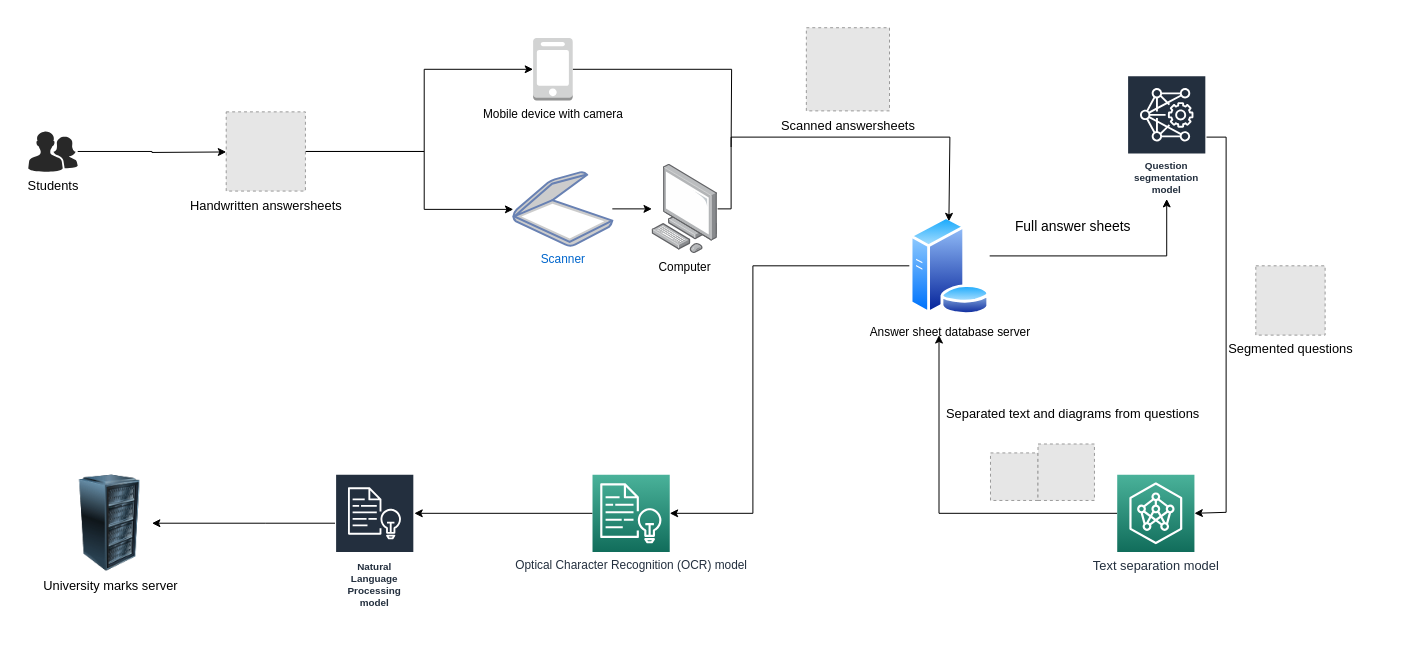
Above: hardware_diagram.drawio in AdityaKane2001/answersheet_automation (draw.io), before the change. Source tidied: cells renumbered, new cells numbered last; positions are measured from the earlier drawing's top-left corner, leaving out a move shared by most shapes. Both pictures are drawn from the tidied source at 99%, with x=0, y=0 at pixel (28, 28). Pictures stored in the file or linked from it are replaced by grey dashed boxes.
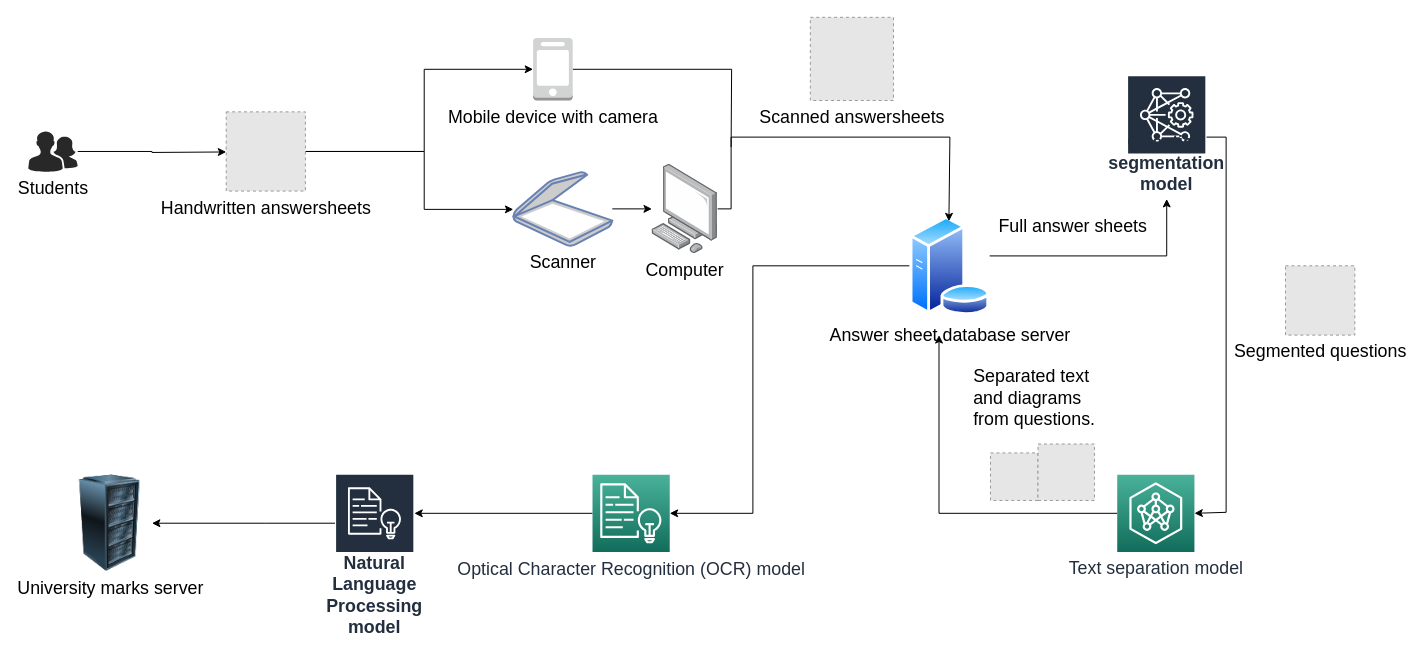
After the change.

What changed in the source:
```diff
@@
-    <mxCell id="2" style="edgeStyle=orthogonalEdgeStyle;rounded=0;jettySize=auto;html=1;strokeWidth=1;endArrow=none;endFill=0;" parent="1" edge="1" source="3">
+    <mxCell id="2" style="edgeStyle=orthogonalEdgeStyle;rounded=0;jettySize=auto;html=1;strokeWidth=1;endArrow=none;endFill=0;fontSize=18;" parent="1" edge="1" source="3">
       <mxGeometry relative="1" as="geometry">
         <mxPoint x="710" y="120" as="targetPoint" />
       </mxGeometry>
     </mxCell>
-    <mxCell id="3" value="Mobile device with camera" style="outlineConnect=0;dashed=0;verticalLabelPosition=bottom;verticalAlign=top;align=center;html=1;shape=mxgraph.aws3.mobile_client;fillColor=#D2D3D3;gradientColor=none;" parent="1" vertex="1">
+    <mxCell id="3" value="Mobile device with camera" style="outlineConnect=0;dashed=0;verticalLabelPosition=bottom;verticalAlign=top;align=center;html=1;shape=mxgraph.aws3.mobile_client;fillColor=#D2D3D3;gradientColor=none;fontSize=18;" parent="1" vertex="1">
       <mxGeometry x="510" y="10" width="40" height="63" as="geometry" />
     </mxCell>
-    <mxCell id="4" style="edgeStyle=orthogonalEdgeStyle;rounded=0;jettySize=auto;html=1;" parent="1" edge="1" source="5" target="9">
+    <mxCell id="4" style="edgeStyle=orthogonalEdgeStyle;rounded=0;jettySize=auto;html=1;fontSize=18;" parent="1" edge="1" source="5" target="9">
       <mxGeometry relative="1" as="geometry" />
     </mxCell>
-    <mxCell id="5" value="Scanner" style="fontColor=#0066CC;verticalAlign=top;verticalLabelPosition=bottom;labelPosition=center;align=center;html=1;outlineConnect=0;fillColor=#CCCCCC;strokeColor=#6881B3;gradientColor=none;gradientDirection=north;strokeWidth=2;shape=mxgraph.networks.scanner;" parent="1" vertex="1">
+    <mxCell id="5" value="Scanner" style="fontColor=#000000;verticalAlign=top;verticalLabelPosition=bottom;labelPosition=center;align=center;html=1;outlineConnect=0;fillColor=#CCCCCC;strokeColor=#6881B3;gradientColor=none;gradientDirection=north;strokeWidth=2;shape=mxgraph.networks.scanner;fontSize=18;" parent="1" vertex="1">
       <mxGeometry x="490" y="145" width="100" height="75" as="geometry" />
     </mxCell>
-    <mxCell id="6" style="edgeStyle=orthogonalEdgeStyle;rounded=0;jettySize=auto;html=1;" parent="1" edge="1" source="7" target="11">
+    <mxCell id="6" style="edgeStyle=orthogonalEdgeStyle;rounded=0;jettySize=auto;html=1;fontSize=18;" parent="1" edge="1" source="7" target="11">
       <mxGeometry relative="1" as="geometry">
         <Array as="points">
           <mxPoint x="1150" y="230" />
         </Array>
       </mxGeometry>
     </mxCell>
-    <mxCell id="7" value="Answer sheet database server" style="perimeter=ellipsePerimeter;html=1;align=center;shadow=0;dashed=0;spacingTop=3;image;image=img/lib/active_directory/database_server.svg;" parent="1" vertex="1">
+    <mxCell id="7" value="Answer sheet database server" style="perimeter=ellipsePerimeter;html=1;align=center;shadow=0;dashed=0;spacingTop=3;image;image=img/lib/active_directory/database_server.svg;fontSize=18;" parent="1" vertex="1">
       <mxGeometry x="890" y="190" width="82" height="100" as="geometry" />
     </mxCell>
-    <mxCell id="8" style="edgeStyle=orthogonalEdgeStyle;rounded=0;jettySize=auto;html=1;" parent="1" edge="1" source="9">
+    <mxCell id="8" style="edgeStyle=orthogonalEdgeStyle;rounded=0;jettySize=auto;html=1;fontSize=18;" parent="1" edge="1" source="9">
       <mxGeometry relative="1" as="geometry">
         <mxPoint x="930" y="195" as="targetPoint" />
         <Array as="points">
           <mxPoint x="710" y="183" />
           <mxPoint x="710" y="110" />
           <mxPoint x="931" y="110" />
           <mxPoint x="931" y="195" />
         </Array>
       </mxGeometry>
     </mxCell>
-    <mxCell id="9" value="Computer&lt;br&gt;" style="points=[];html=1;align=center;shadow=0;dashed=0;image;image=img/lib/allied_telesis/computer_and_terminals/Personal_Computer.svg;" parent="1" vertex="1">
+    <mxCell id="9" value="Computer&lt;br style=&quot;font-size: 18px;&quot;&gt;" style="points=[];html=1;align=center;shadow=0;dashed=0;image;image=img/lib/allied_telesis/computer_and_terminals/Personal_Computer.svg;fontSize=18;" parent="1" vertex="1">
       <mxGeometry x="630" y="137.5" width="66.4" height="90" as="geometry" />
     </mxCell>
-    <mxCell id="10" style="edgeStyle=orthogonalEdgeStyle;rounded=0;jettySize=auto;html=1;entryX=1;entryY=0.5;entryDx=0;entryDy=0;entryPerimeter=0;fontSize=13;" parent="1" edge="1" source="11" target="13">
+    <mxCell id="10" style="edgeStyle=orthogonalEdgeStyle;rounded=0;jettySize=auto;html=1;entryX=1;entryY=0.5;entryDx=0;entryDy=0;entryPerimeter=0;fontSize=18;" parent="1" edge="1" source="11" target="13">
       <mxGeometry relative="1" as="geometry">
         <Array as="points">
           <mxPoint x="1210" y="110" />
           <mxPoint x="1210" y="489" />
         </Array>
       </mxGeometry>
     </mxCell>
-    <mxCell id="11" value="Question segmentation model" style="sketch=0;outlineConnect=0;fontColor=#232F3E;gradientColor=none;strokeColor=#ffffff;fillColor=#232F3E;dashed=0;verticalLabelPosition=middle;verticalAlign=bottom;align=center;html=1;whiteSpace=wrap;fontSize=10;fontStyle=1;spacing=3;shape=mxgraph.aws4.productIcon;prIcon=mxgraph.aws4.deep_learning_amis;" parent="1" vertex="1">
+    <mxCell id="11" value="Question segmentation model" style="sketch=0;outlineConnect=0;fontColor=#232F3E;gradientColor=none;strokeColor=#ffffff;fillColor=#232F3E;dashed=0;verticalLabelPosition=middle;verticalAlign=bottom;align=center;html=1;whiteSpace=wrap;fontSize=18;fontStyle=1;spacing=3;shape=mxgraph.aws4.productIcon;prIcon=mxgraph.aws4.deep_learning_amis;" parent="1" vertex="1">
       <mxGeometry x="1110" y="47.5" width="80" height="125" as="geometry" />
     </mxCell>
-    <mxCell id="12" style="edgeStyle=orthogonalEdgeStyle;rounded=0;jettySize=auto;html=1;exitX=0;exitY=0.5;exitDx=0;exitDy=0;exitPerimeter=0;fontSize=13;" parent="1" edge="1" source="13">
+    <mxCell id="12" style="edgeStyle=orthogonalEdgeStyle;rounded=0;jettySize=auto;html=1;exitX=0;exitY=0.5;exitDx=0;exitDy=0;exitPerimeter=0;fontSize=18;" parent="1" edge="1" source="13">
       <mxGeometry relative="1" as="geometry">
         <mxPoint x="920" y="310" as="targetPoint" />
         <Array as="points">
           <mxPoint x="920" y="490" />
           <mxPoint x="920" y="310" />
         </Array>
       </mxGeometry>
     </mxCell>
-    <mxCell id="13" value="&lt;font style=&quot;font-size: 13px&quot;&gt;Text separation model&lt;/font&gt;" style="sketch=0;points=[[0,0,0],[0.25,0,0],[0.5,0,0],[0.75,0,0],[1,0,0],[0,1,0],[0.25,1,0],[0.5,1,0],[0.75,1,0],[1,1,0],[0,0.25,0],[0,0.5,0],[0,0.75,0],[1,0.25,0],[1,0.5,0],[1,0.75,0]];outlineConnect=0;fontColor=#232F3E;gradientColor=#4AB29A;gradientDirection=north;fillColor=#116D5B;strokeColor=#ffffff;dashed=0;verticalLabelPosition=bottom;verticalAlign=top;align=center;html=1;fontSize=12;fontStyle=0;shape=mxgraph.aws4.resourceIcon;resIcon=mxgraph.aws4.neuron_ml_sdk;" parent="1" vertex="1">
+    <mxCell id="13" value="&lt;font style=&quot;font-size: 18px;&quot;&gt;Text separation model&lt;/font&gt;" style="sketch=0;points=[[0,0,0],[0.25,0,0],[0.5,0,0],[0.75,0,0],[1,0,0],[0,1,0],[0.25,1,0],[0.5,1,0],[0.75,1,0],[1,1,0],[0,0.25,0],[0,0.5,0],[0,0.75,0],[1,0.25,0],[1,0.5,0],[1,0.75,0]];outlineConnect=0;fontColor=#232F3E;gradientColor=#4AB29A;gradientDirection=north;fillColor=#116D5B;strokeColor=#ffffff;dashed=0;verticalLabelPosition=bottom;verticalAlign=top;align=center;html=1;fontSize=18;fontStyle=0;shape=mxgraph.aws4.resourceIcon;resIcon=mxgraph.aws4.neuron_ml_sdk;" parent="1" vertex="1">
       <mxGeometry x="1100" y="451" width="78" height="78" as="geometry" />
     </mxCell>
-    <mxCell id="14" style="edgeStyle=orthogonalEdgeStyle;rounded=0;jettySize=auto;html=1;fontSize=13;" parent="1" edge="1" source="15">
+    <mxCell id="14" style="edgeStyle=orthogonalEdgeStyle;rounded=0;jettySize=auto;html=1;fontSize=18;" parent="1" edge="1" source="15">
       <mxGeometry relative="1" as="geometry">
         <mxPoint x="200" y="125" as="targetPoint" />
       </mxGeometry>
     </mxCell>
-    <mxCell id="15" value="Students" style="verticalLabelPosition=bottom;sketch=0;html=1;fillColor=#282828;strokeColor=none;verticalAlign=top;align=center;shape=mxgraph.cisco_safe.people_places_things_icons.icon2;fontSize=13;" parent="1" vertex="1">
+    <mxCell id="15" value="Students" style="verticalLabelPosition=bottom;sketch=0;html=1;fillColor=#282828;strokeColor=none;verticalAlign=top;align=center;shape=mxgraph.cisco_safe.people_places_things_icons.icon2;fontSize=18;" parent="1" vertex="1">
       <mxGeometry y="104" width="50" height="41" as="geometry" />
     </mxCell>
-    <mxCell id="16" style="edgeStyle=orthogonalEdgeStyle;rounded=0;jettySize=auto;html=1;exitX=1;exitY=0.5;exitDx=0;exitDy=0;entryX=0;entryY=0.5;entryDx=0;entryDy=0;entryPerimeter=0;fontSize=13;" parent="1" edge="1" source="18" target="3">
+    <mxCell id="16" style="edgeStyle=orthogonalEdgeStyle;rounded=0;jettySize=auto;html=1;exitX=1;exitY=0.5;exitDx=0;exitDy=0;entryX=0;entryY=0.5;entryDx=0;entryDy=0;entryPerimeter=0;fontSize=18;" parent="1" edge="1" source="18" target="3">
       <mxGeometry relative="1" as="geometry">
         <Array as="points">
           <mxPoint x="400" y="125" />
           <mxPoint x="400" y="42" />
         </Array>
       </mxGeometry>
     </mxCell>
-    <mxCell id="17" style="edgeStyle=orthogonalEdgeStyle;rounded=0;jettySize=auto;html=1;fontSize=13;" parent="1" edge="1" source="18" target="5">
+    <mxCell id="17" style="edgeStyle=orthogonalEdgeStyle;rounded=0;jettySize=auto;html=1;fontSize=18;" parent="1" edge="1" source="18" target="5">
       <mxGeometry relative="1" as="geometry">
         <Array as="points">
           <mxPoint x="400" y="125" />
           <mxPoint x="400" y="183" />
         </Array>
       </mxGeometry>
     </mxCell>
-    <mxCell id="18" value="Handwritten answersheets" style="fillColor=#E6E6E6;strokeColor=#999999;dashed=1;html=1;verticalAlign=top;verticalLabelPosition=bottom;labelBackgroundColor=#ffffff;fontSize=13;" parent="1" vertex="1">
+    <mxCell id="18" value="Handwritten answersheets" style="fillColor=#E6E6E6;strokeColor=#999999;dashed=1;html=1;verticalAlign=top;verticalLabelPosition=bottom;labelBackgroundColor=#ffffff;fontSize=18;" parent="1" vertex="1">
       <mxGeometry x="200" y="84.5" width="80" height="80" as="geometry" />
     </mxCell>
-    <mxCell id="19" style="edgeStyle=orthogonalEdgeStyle;rounded=0;jettySize=auto;html=1;fontSize=13;entryX=1;entryY=0.5;entryDx=0;entryDy=0;entryPerimeter=0;exitX=0;exitY=0.5;exitDx=0;exitDy=0;" parent="1" edge="1" source="7" target="21">
+    <mxCell id="19" style="edgeStyle=orthogonalEdgeStyle;rounded=0;jettySize=auto;html=1;fontSize=18;entryX=1;entryY=0.5;entryDx=0;entryDy=0;entryPerimeter=0;exitX=0;exitY=0.5;exitDx=0;exitDy=0;" parent="1" edge="1" source="7" target="21">
       <mxGeometry relative="1" as="geometry">
         <Array as="points">
           <mxPoint x="732" y="240" />
           <mxPoint x="732" y="490" />
         </Array>
       </mxGeometry>
     </mxCell>
-    <mxCell id="20" style="edgeStyle=orthogonalEdgeStyle;rounded=0;jettySize=auto;html=1;fontSize=13;" parent="1" edge="1" source="21" target="23">
+    <mxCell id="20" style="edgeStyle=orthogonalEdgeStyle;rounded=0;jettySize=auto;html=1;fontSize=18;" parent="1" edge="1" source="21" target="23">
       <mxGeometry relative="1" as="geometry">
         <Array as="points">
           <mxPoint x="609" y="490" />
           <mxPoint x="360" y="490" />
         </Array>
       </mxGeometry>
     </mxCell>
-    <mxCell id="21" value="&lt;div style=&quot;text-align: justify&quot;&gt;&lt;span style=&quot;line-height: 1.3&quot;&gt;Optical Character Recognition (OCR) model&lt;/span&gt;&lt;/div&gt;" style="sketch=0;points=[[0,0,0],[0.25,0,0],[0.5,0,0],[0.75,0,0],[1,0,0],[0,1,0],[0.25,1,0],[0.5,1,0],[0.75,1,0],[1,1,0],[0,0.25,0],[0,0.5,0],[0,0.75,0],[1,0.25,0],[1,0.5,0],[1,0.75,0]];outlineConnect=0;fontColor=#232F3E;gradientColor=#4AB29A;gradientDirection=north;fillColor=#116D5B;strokeColor=#ffffff;dashed=0;verticalLabelPosition=bottom;verticalAlign=top;align=center;html=1;fontSize=12;fontStyle=0;shape=mxgraph.aws4.resourceIcon;resIcon=mxgraph.aws4.comprehend;" parent="1" vertex="1">
+    <mxCell id="21" value="&lt;div style=&quot;text-align: justify; font-size: 18px;&quot;&gt;&lt;span style=&quot;line-height: 1.3; font-size: 18px;&quot;&gt;Optical Character Recognition (OCR) model&lt;/span&gt;&lt;/div&gt;" style="sketch=0;points=[[0,0,0],[0.25,0,0],[0.5,0,0],[0.75,0,0],[1,0,0],[0,1,0],[0.25,1,0],[0.5,1,0],[0.75,1,0],[1,1,0],[0,0.25,0],[0,0.5,0],[0,0.75,0],[1,0.25,0],[1,0.5,0],[1,0.75,0]];outlineConnect=0;fontColor=#232F3E;gradientColor=#4AB29A;gradientDirection=north;fillColor=#116D5B;strokeColor=#ffffff;dashed=0;verticalLabelPosition=bottom;verticalAlign=top;align=center;html=1;fontSize=18;fontStyle=0;shape=mxgraph.aws4.resourceIcon;resIcon=mxgraph.aws4.comprehend;" parent="1" vertex="1">
       <mxGeometry x="570" y="451" width="78" height="78" as="geometry" />
     </mxCell>
-    <mxCell id="22" style="edgeStyle=orthogonalEdgeStyle;rounded=0;jettySize=auto;html=1;" parent="1" edge="1" source="23" target="24">
+    <mxCell id="22" style="edgeStyle=orthogonalEdgeStyle;rounded=0;jettySize=auto;html=1;fontSize=18;" parent="1" edge="1" source="23" target="24">
       <mxGeometry relative="1" as="geometry">
         <Array as="points">
           <mxPoint x="240" y="500" />
           <mxPoint x="240" y="500" />
         </Array>
       </mxGeometry>
     </mxCell>
-    <mxCell id="23" value="Natural Language Processing model" style="sketch=0;outlineConnect=0;fontColor=#232F3E;gradientColor=none;strokeColor=#ffffff;fillColor=#232F3E;dashed=0;verticalLabelPosition=middle;verticalAlign=bottom;align=center;html=1;whiteSpace=wrap;fontSize=10;fontStyle=1;spacing=3;shape=mxgraph.aws4.productIcon;prIcon=mxgraph.aws4.comprehend;" parent="1" vertex="1">
-      <mxGeometry x="310" y="450" width="80" height="140" as="geometry" />
+    <mxCell id="23" value="Natural Language Processing model" style="sketch=0;outlineConnect=0;fontColor=#232F3E;gradientColor=none;strokeColor=#ffffff;fillColor=#232F3E;dashed=0;verticalLabelPosition=middle;verticalAlign=bottom;align=center;html=1;whiteSpace=wrap;fontSize=18;fontStyle=1;spacing=3;shape=mxgraph.aws4.productIcon;prIcon=mxgraph.aws4.comprehend;" parent="1" vertex="1">
+      <mxGeometry x="310" y="450" width="80" height="170" as="geometry" />
     </mxCell>
-    <mxCell id="24" value="University marks server" style="image;html=1;image=img/lib/clip_art/computers/Server_Rack_128x128.png;fontSize=13;" parent="1" vertex="1">
+    <mxCell id="24" value="University marks server" style="image;html=1;image=img/lib/clip_art/computers/Server_Rack_128x128.png;fontSize=18;" parent="1" vertex="1">
       <mxGeometry x="40" y="451" width="85" height="98" as="geometry" />
     </mxCell>
-    <mxCell id="25" value="Scanned answersheets" style="fillColor=#E6E6E6;strokeColor=#999999;dashed=1;html=1;verticalAlign=top;verticalLabelPosition=bottom;labelBackgroundColor=#ffffff;fontSize=13;" parent="1" vertex="1">
-      <mxGeometry x="786" y="-0.5" width="84" height="84" as="geometry" />
+    <mxCell id="25" value="Scanned answersheets" style="fillColor=#E6E6E6;strokeColor=#999999;dashed=1;html=1;verticalAlign=top;verticalLabelPosition=bottom;labelBackgroundColor=#ffffff;fontSize=18;" parent="1" vertex="1">
+      <mxGeometry x="790" y="-11" width="84" height="84" as="geometry" />
     </mxCell>
-    <mxCell id="26" value="Segmented questions" style="fillColor=#E6E6E6;strokeColor=#999999;dashed=1;html=1;verticalAlign=top;verticalLabelPosition=bottom;labelBackgroundColor=#ffffff;fontSize=13;" parent="1" vertex="1">
-      <mxGeometry x="1240" y="240" width="70" height="70" as="geometry" />
+    <mxCell id="26" value="Segmented questions" style="fillColor=#E6E6E6;strokeColor=#999999;dashed=1;html=1;verticalAlign=top;verticalLabelPosition=bottom;labelBackgroundColor=#ffffff;fontSize=18;" parent="1" vertex="1">
+      <mxGeometry x="1270" y="240" width="70" height="70" as="geometry" />
     </mxCell>
-    <mxCell id="27" style="fillColor=#E6E6E6;strokeColor=#999999;dashed=1;html=1;verticalAlign=top;verticalLabelPosition=bottom;labelBackgroundColor=#ffffff;fontSize=13;" parent="1" vertex="1">
+    <mxCell id="27" style="fillColor=#E6E6E6;strokeColor=#999999;dashed=1;html=1;verticalAlign=top;verticalLabelPosition=bottom;labelBackgroundColor=#ffffff;fontSize=18;" parent="1" vertex="1">
       <mxGeometry x="972" y="429" width="48" height="48" as="geometry" />
     </mxCell>
-    <mxCell id="28" style="fillColor=#E6E6E6;strokeColor=#999999;dashed=1;html=1;verticalAlign=top;verticalLabelPosition=bottom;labelBackgroundColor=#ffffff;fontSize=13;" parent="1" vertex="1">
+    <mxCell id="28" style="fillColor=#E6E6E6;strokeColor=#999999;dashed=1;html=1;verticalAlign=top;verticalLabelPosition=bottom;labelBackgroundColor=#ffffff;fontSize=18;" parent="1" vertex="1">
       <mxGeometry x="1020" y="420" width="57" height="57" as="geometry" />
     </mxCell>
-    <mxCell id="29" value="Separated text and diagrams from questions" style="text;html=1;align=center;verticalAlign=bottom;strokeColor=none;fillColor=none;fontSize=13;" parent="1" vertex="1">
-      <mxGeometry x="920" y="380" width="270" height="20" as="geometry" />
-    </mxCell>
-    <mxCell id="30" value="Full answer sheets" style="text;html=1;align=center;verticalAlign=middle;strokeColor=none;fillColor=none;fontSize=14;" parent="1" vertex="1">
-      <mxGeometry x="990" y="190" width="130" height="20" as="geometry" />
+    <mxCell id="30" value="Full answer sheets" style="text;html=1;align=center;verticalAlign=middle;strokeColor=none;fillColor=none;fontSize=18;" parent="1" vertex="1">
+      <mxGeometry x="970" y="185" width="170" height="30" as="geometry" />
     </mxCell>
+    <mxCell id="31" value="&lt;h1 style=&quot;font-size: 18px;&quot;&gt;&lt;span style=&quot;font-weight: normal; font-size: 18px;&quot;&gt;Separated text and diagrams from questions.&lt;/span&gt;&lt;/h1&gt;" style="text;html=1;strokeColor=none;fillColor=none;spacing=5;spacingTop=-20;whiteSpace=wrap;overflow=hidden;rounded=0;fontSize=18;" parent="1" vertex="1">
+      <mxGeometry x="950" y="340" width="140" height="80" as="geometry" />
+    </mxCell>
```
